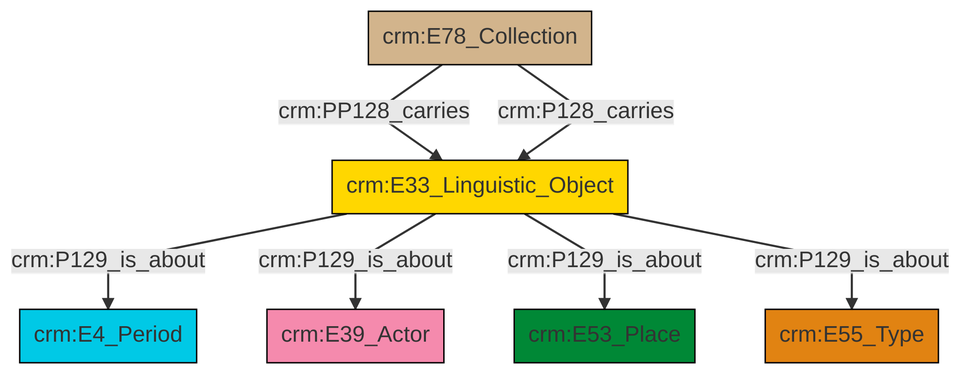
Earlier version of the Mermaid export et/archivalCSV/ttl/mmd/png/archival_aboutness.png (swiss-art-research-net/docs.swissartresearch). Its source is kept beside it as et/archivalCSV/ttl/mmd/archival_aboutness.ttl.mmd.
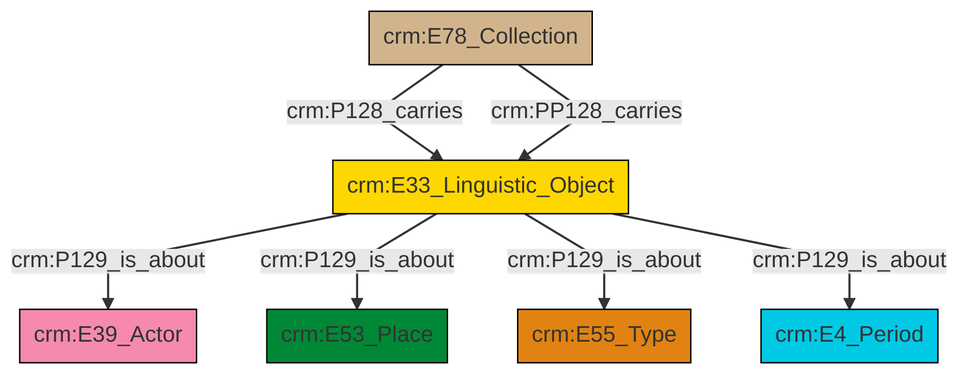
Later version of the same file.

Change to the diagram source:
```diff
@@ -13,9 +13,9 @@
 classDef PC_Classes fill:#4ce600, stroke:#000000;
 classDef Multi fill:#cccccc,stroke:#000000;
 
-2["crm:E33_Linguistic_Object"]:::Conceptual_Object -->|crm:P129_is_about| 0["crm:E4_Period"]:::Temporal_Entity
-2["crm:E33_Linguistic_Object"]:::Conceptual_Object -->|crm:P129_is_about| 6["crm:E39_Actor"]:::Actor
-7["crm:E78_Collection"]:::Physical_Thing -->|crm:PP128_carries| 2["crm:E33_Linguistic_Object"]:::Conceptual_Object
-2["crm:E33_Linguistic_Object"]:::Conceptual_Object -->|crm:P129_is_about| 9["crm:E53_Place"]:::Place
-7["crm:E78_Collection"]:::Physical_Thing -->|crm:P128_carries| 2["crm:E33_Linguistic_Object"]:::Conceptual_Object
-2["crm:E33_Linguistic_Object"]:::Conceptual_Object -->|crm:P129_is_about| 4["crm:E55_Type"]:::Type
+4["crm:E78_Collection"]:::Physical_Thing -->|crm:P128_carries| 5["crm:E33_Linguistic_Object"]:::Conceptual_Object
+4["crm:E78_Collection"]:::Physical_Thing -->|crm:PP128_carries| 5["crm:E33_Linguistic_Object"]:::Conceptual_Object
+5["crm:E33_Linguistic_Object"]:::Conceptual_Object -->|crm:P129_is_about| 7["crm:E39_Actor"]:::Actor
+5["crm:E33_Linguistic_Object"]:::Conceptual_Object -->|crm:P129_is_about| 2["crm:E53_Place"]:::Place
+5["crm:E33_Linguistic_Object"]:::Conceptual_Object -->|crm:P129_is_about| 0["crm:E55_Type"]:::Type
+5["crm:E33_Linguistic_Object"]:::Conceptual_Object -->|crm:P129_is_about| 9["crm:E4_Period"]:::Temporal_Entity
```
